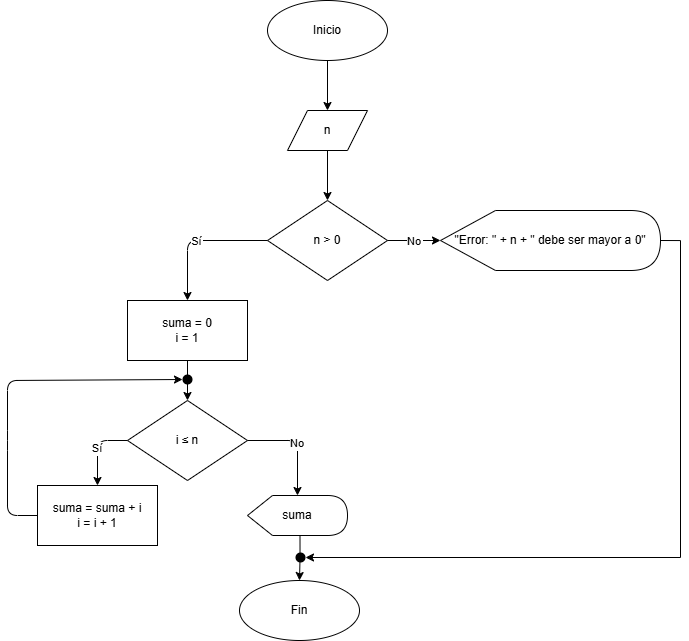
The draw.io diagram chapter4/dfd/dfd4.5.7_6.png in UPclopezpAalgorithmsBook/solutions, before a commit. Source tidied: cells renumbered, new cells last; positions are measured from the earlier drawing's top-left corner, leaving out a move shared by most shapes.
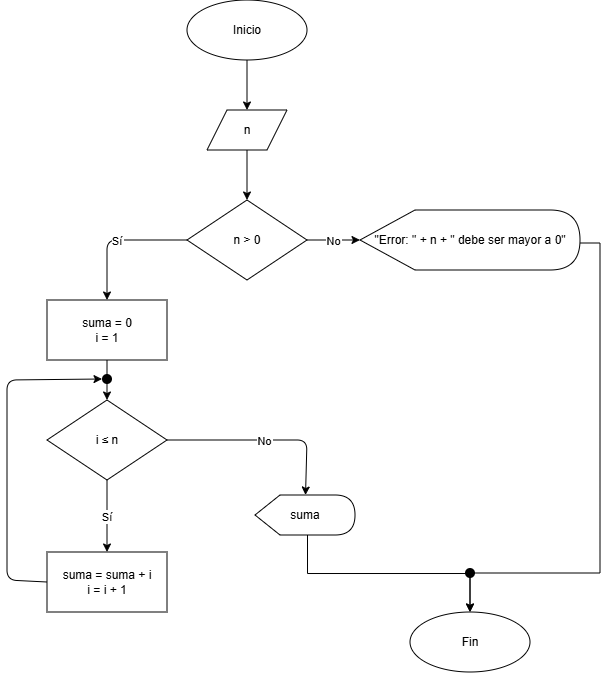
Later version of the same file.

Diff of the diagram source:
```diff
@@ -2,78 +2,186 @@
   <root>
     <mxCell id="0" />
     <mxCell id="1" parent="0" />
-    <mxCell id="2" parent="1" edge="1">
-      <mxGeometry relative="1" as="geometry">
-        <mxPoint x="260" y="420" as="targetPoint" />
-        <Array as="points">
-          <mxPoint x="200" y="530" />
-          <mxPoint x="200" y="420" />
-        </Array>
-      </mxGeometry>
-    </mxCell>
-    <mxCell id="3" style="endArrow=classic;html=1;exitX=0;exitY=0.5;exitDx=0;exitDy=0;entryX=0;entryY=0.5;entryDx=0;entryDy=0;" parent="1" edge="1">
-      <mxGeometry relative="1" as="geometry">
-        <mxPoint x="260" y="240" as="targetPoint" />
-        <Array as="points">
-          <mxPoint x="200" y="480" />
-          <mxPoint x="200" y="240" />
-        </Array>
-      </mxGeometry>
-    </mxCell>
-    <mxCell id="4" parent="1" edge="1">
-      <mxGeometry relative="1" as="geometry">
-        <mxPoint x="260" y="420" as="targetPoint" />
-        <Array as="points">
-          <mxPoint x="200" y="530" />
-          <mxPoint x="200" y="420" />
-        </Array>
-      </mxGeometry>
-    </mxCell>
-    <mxCell id="5" style="endArrow=classic;html=1;exitX=0;exitY=0.5;exitDx=0;exitDy=0;entryX=0;entryY=0.5;entryDx=0;entryDy=0;" parent="1" edge="1">
-      <mxGeometry relative="1" as="geometry">
-        <mxPoint x="260" y="240" as="targetPoint" />
-        <Array as="points">
-          <mxPoint x="200" y="480" />
-          <mxPoint x="200" y="240" />
-        </Array>
-      </mxGeometry>
-    </mxCell>
-    <mxCell id="6" parent="1" edge="1">
-      <mxGeometry relative="1" as="geometry">
-        <mxPoint x="260" y="420" as="targetPoint" />
-        <Array as="points">
-          <mxPoint x="200" y="530" />
-          <mxPoint x="200" y="420" />
-        </Array>
-      </mxGeometry>
-    </mxCell>
-    <mxCell id="7" style="endArrow=classic;html=1;exitX=0;exitY=0.5;exitDx=0;exitDy=0;entryX=0;entryY=0.5;entryDx=0;entryDy=0;" parent="1" edge="1">
-      <mxGeometry relative="1" as="geometry">
-        <mxPoint x="260" y="240" as="targetPoint" />
-        <Array as="points">
-          <mxPoint x="200" y="480" />
-          <mxPoint x="200" y="240" />
-        </Array>
-      </mxGeometry>
-    </mxCell>
-    <mxCell id="8" parent="1" edge="1">
-      <mxGeometry relative="1" as="geometry">
-        <mxPoint x="260" y="420" as="targetPoint" />
-        <Array as="points">
-          <mxPoint x="200" y="530" />
-          <mxPoint x="200" y="420" />
-        </Array>
-      </mxGeometry>
-    </mxCell>
-    <mxCell id="9" style="endArrow=classic;html=1;exitX=0;exitY=0.5;exitDx=0;exitDy=0;entryX=0;entryY=0.5;entryDx=0;entryDy=0;" parent="1" edge="1">
-      <mxGeometry relative="1" as="geometry">
-        <mxPoint x="260" y="240" as="targetPoint" />
-        <Array as="points">
-          <mxPoint x="200" y="480" />
-          <mxPoint x="200" y="240" />
-        </Array>
-      </mxGeometry>
-    </mxCell>
+    <mxCell id="31" parent="1" edge="1">
+      <mxGeometry relative="1" as="geometry">
+        <mxPoint x="260" y="420" as="targetPoint" />
+        <Array as="points">
+          <mxPoint x="200" y="530" />
+          <mxPoint x="200" y="420" />
+        </Array>
+      </mxGeometry>
+    </mxCell>
+    <mxCell id="32" style="endArrow=classic;html=1;exitX=0;exitY=0.5;exitDx=0;exitDy=0;entryX=0;entryY=0.5;entryDx=0;entryDy=0;" parent="1" edge="1">
+      <mxGeometry relative="1" as="geometry">
+        <mxPoint x="260" y="240" as="targetPoint" />
+        <Array as="points">
+          <mxPoint x="200" y="480" />
+          <mxPoint x="200" y="240" />
+        </Array>
+      </mxGeometry>
+    </mxCell>
+    <mxCell id="33" parent="1" edge="1">
+      <mxGeometry relative="1" as="geometry">
+        <mxPoint x="260" y="420" as="targetPoint" />
+        <Array as="points">
+          <mxPoint x="200" y="530" />
+          <mxPoint x="200" y="420" />
+        </Array>
+      </mxGeometry>
+    </mxCell>
+    <mxCell id="34" style="endArrow=classic;html=1;exitX=0;exitY=0.5;exitDx=0;exitDy=0;entryX=0;entryY=0.5;entryDx=0;entryDy=0;" parent="1" edge="1">
+      <mxGeometry relative="1" as="geometry">
+        <mxPoint x="260" y="240" as="targetPoint" />
+        <Array as="points">
+          <mxPoint x="200" y="480" />
+          <mxPoint x="200" y="240" />
+        </Array>
+      </mxGeometry>
+    </mxCell>
+    <mxCell id="35" parent="1" edge="1">
+      <mxGeometry relative="1" as="geometry">
+        <mxPoint x="260" y="420" as="targetPoint" />
+        <Array as="points">
+          <mxPoint x="200" y="530" />
+          <mxPoint x="200" y="420" />
+        </Array>
+      </mxGeometry>
+    </mxCell>
+    <mxCell id="36" style="endArrow=classic;html=1;exitX=0;exitY=0.5;exitDx=0;exitDy=0;entryX=0;entryY=0.5;entryDx=0;entryDy=0;" parent="1" edge="1">
+      <mxGeometry relative="1" as="geometry">
+        <mxPoint x="260" y="240" as="targetPoint" />
+        <Array as="points">
+          <mxPoint x="200" y="480" />
+          <mxPoint x="200" y="240" />
+        </Array>
+      </mxGeometry>
+    </mxCell>
+    <mxCell id="37" parent="1" edge="1">
+      <mxGeometry relative="1" as="geometry">
+        <mxPoint x="260" y="420" as="targetPoint" />
+        <Array as="points">
+          <mxPoint x="200" y="530" />
+          <mxPoint x="200" y="420" />
+        </Array>
+      </mxGeometry>
+    </mxCell>
+    <mxCell id="38" style="endArrow=classic;html=1;exitX=0;exitY=0.5;exitDx=0;exitDy=0;entryX=0;entryY=0.5;entryDx=0;entryDy=0;" parent="1" edge="1">
+      <mxGeometry relative="1" as="geometry">
+        <mxPoint x="260" y="240" as="targetPoint" />
+        <Array as="points">
+          <mxPoint x="200" y="480" />
+          <mxPoint x="200" y="240" />
+        </Array>
+      </mxGeometry>
+    </mxCell>
+    <mxCell id="39" parent="1" edge="1">
+      <mxGeometry relative="1" as="geometry">
+        <mxPoint x="260" y="420" as="targetPoint" />
+        <Array as="points">
+          <mxPoint x="200" y="530" />
+          <mxPoint x="200" y="420" />
+        </Array>
+      </mxGeometry>
+    </mxCell>
+    <mxCell id="40" style="endArrow=classic;html=1;exitX=0;exitY=0.5;exitDx=0;exitDy=0;entryX=0;entryY=0.5;entryDx=0;entryDy=0;" parent="1" edge="1">
+      <mxGeometry relative="1" as="geometry">
+        <mxPoint x="260" y="240" as="targetPoint" />
+        <Array as="points">
+          <mxPoint x="200" y="480" />
+          <mxPoint x="200" y="240" />
+        </Array>
+      </mxGeometry>
+    </mxCell>
+    <mxCell id="41" parent="1" edge="1">
+      <mxGeometry relative="1" as="geometry">
+        <mxPoint x="260" y="420" as="targetPoint" />
+        <Array as="points">
+          <mxPoint x="200" y="530" />
+          <mxPoint x="200" y="420" />
+        </Array>
+      </mxGeometry>
+    </mxCell>
+    <mxCell id="42" style="endArrow=classic;html=1;exitX=0;exitY=0.5;exitDx=0;exitDy=0;entryX=0;entryY=0.5;entryDx=0;entryDy=0;" parent="1" edge="1">
+      <mxGeometry relative="1" as="geometry">
+        <mxPoint x="260" y="240" as="targetPoint" />
+        <Array as="points">
+          <mxPoint x="200" y="480" />
+          <mxPoint x="200" y="240" />
+        </Array>
+      </mxGeometry>
+    </mxCell>
+    <mxCell id="43" parent="1" edge="1">
+      <mxGeometry relative="1" as="geometry">
+        <mxPoint x="260" y="420" as="targetPoint" />
+        <Array as="points">
+          <mxPoint x="200" y="530" />
+          <mxPoint x="200" y="420" />
+        </Array>
+      </mxGeometry>
+    </mxCell>
+    <mxCell id="44" style="endArrow=classic;html=1;exitX=0;exitY=0.5;exitDx=0;exitDy=0;entryX=0;entryY=0.5;entryDx=0;entryDy=0;" parent="1" edge="1">
+      <mxGeometry relative="1" as="geometry">
+        <mxPoint x="260" y="240" as="targetPoint" />
+        <Array as="points">
+          <mxPoint x="200" y="480" />
+          <mxPoint x="200" y="240" />
+        </Array>
+      </mxGeometry>
+    </mxCell>
+    <mxCell id="45" parent="1" edge="1">
+      <mxGeometry relative="1" as="geometry">
+        <mxPoint x="260" y="420" as="targetPoint" />
+        <Array as="points">
+          <mxPoint x="200" y="530" />
+          <mxPoint x="200" y="420" />
+        </Array>
+      </mxGeometry>
+    </mxCell>
+    <mxCell id="46" style="endArrow=classic;html=1;exitX=0;exitY=0.5;exitDx=0;exitDy=0;entryX=0;entryY=0.5;entryDx=0;entryDy=0;" parent="1" edge="1">
+      <mxGeometry relative="1" as="geometry">
+        <mxPoint x="260" y="240" as="targetPoint" />
+        <Array as="points">
+          <mxPoint x="200" y="480" />
+          <mxPoint x="200" y="240" />
+        </Array>
+      </mxGeometry>
+    </mxCell>
+    <mxCell id="47" parent="1" edge="1">
+      <mxGeometry relative="1" as="geometry">
+        <mxPoint x="260" y="420" as="targetPoint" />
+        <Array as="points">
+          <mxPoint x="200" y="530" />
+          <mxPoint x="200" y="420" />
+        </Array>
+      </mxGeometry>
+    </mxCell>
+    <mxCell id="48" style="endArrow=classic;html=1;exitX=0;exitY=0.5;exitDx=0;exitDy=0;entryX=0;entryY=0.5;entryDx=0;entryDy=0;" parent="1" edge="1">
+      <mxGeometry relative="1" as="geometry">
+        <mxPoint x="260" y="240" as="targetPoint" />
+        <Array as="points">
+          <mxPoint x="200" y="480" />
+          <mxPoint x="200" y="240" />
+        </Array>
+      </mxGeometry>
+    </mxCell>
+    <mxCell id="49" parent="1" edge="1">
+      <mxGeometry relative="1" as="geometry">
+        <mxPoint x="260" y="420" as="targetPoint" />
+        <Array as="points">
+          <mxPoint x="200" y="530" />
+          <mxPoint x="200" y="420" />
+        </Array>
+      </mxGeometry>
+    </mxCell>
+    <mxCell id="50" style="endArrow=classic;html=1;exitX=0;exitY=0.5;exitDx=0;exitDy=0;entryX=0;entryY=0.5;entryDx=0;entryDy=0;" parent="1" edge="1">
+      <mxGeometry relative="1" as="geometry">
+        <mxPoint x="260" y="240" as="targetPoint" />
+        <Array as="points">
+          <mxPoint x="200" y="480" />
+          <mxPoint x="200" y="240" />
+        </Array>
+      </mxGeometry>
+    </mxCell>
     <mxCell id="10" value="Inicio" style="ellipse;whiteSpace=wrap;html=1;" parent="1" vertex="1">
       <mxGeometry x="260" width="120" height="60" as="geometry" />
     </mxCell>
@@ -86,9 +194,16 @@
     <mxCell id="13" value="suma = 0&lt;br&gt;i = 1" style="rounded=0;whiteSpace=wrap;html=1;" parent="1" vertex="1">
       <mxGeometry x="120" y="300" width="120" height="60" as="geometry" />
     </mxCell>
-    <mxCell id="14" style="edgeStyle=orthogonalEdgeStyle;rounded=0;jettySize=auto;html=1;exitX=1;exitY=0.5;exitDx=0;exitDy=0;exitPerimeter=0;entryX=1;entryY=0.5;entryDx=0;entryDy=0;" parent="1" edge="1" source="15" target="30">
-      <mxGeometry relative="1" as="geometry" />
-    </mxCell>
+    <mxCell id="51" style="edgeStyle=orthogonalEdgeStyle;rounded=0;jettySize=auto;html=1;exitX=1;exitY=0.5;exitDx=0;exitDy=0;exitPerimeter=0;entryX=0.5;entryY=0;entryDx=0;entryDy=0;" parent="1" edge="1" target="20">
+      <mxGeometry relative="1" as="geometry">
+        <mxPoint x="653" y="243" as="sourcePoint" />
+        <Array as="points">
+          <mxPoint x="673" y="243" />
+          <mxPoint x="673" y="573" />
+          <mxPoint x="543" y="573" />
+        </Array>
+      </mxGeometry>
+    </mxCell>
     <mxCell id="15" value="&quot;Error: &quot; + n + &quot; debe ser mayor a 0&quot;" style="shape=display;whiteSpace=wrap;html=1;" parent="1" vertex="1">
       <mxGeometry x="433" y="210" width="220" height="60" as="geometry" />
     </mxCell>
@@ -96,16 +211,16 @@
       <mxGeometry x="120" y="400" width="120" height="80" as="geometry" />
     </mxCell>
     <mxCell id="17" value="suma = suma + i&lt;br&gt;i = i + 1" style="rounded=0;whiteSpace=wrap;html=1;" parent="1" vertex="1">
-      <mxGeometry x="30" y="485" width="120" height="60" as="geometry" />
+      <mxGeometry x="120" y="552" width="120" height="60" as="geometry" />
     </mxCell>
     <mxCell id="18" style="edgeStyle=orthogonalEdgeStyle;rounded=0;jettySize=auto;html=1;exitX=0;exitY=0;exitDx=52.5;exitDy=40;exitPerimeter=0;entryX=0.5;entryY=0;entryDx=0;entryDy=0;" parent="1" edge="1" source="19" target="20">
       <mxGeometry relative="1" as="geometry" />
     </mxCell>
     <mxCell id="19" value="suma" style="shape=display;whiteSpace=wrap;html=1;" parent="1" vertex="1">
-      <mxGeometry x="240" y="495" width="100" height="40" as="geometry" />
+      <mxGeometry x="328" y="495" width="100" height="40" as="geometry" />
     </mxCell>
     <mxCell id="20" value="Fin" style="ellipse;whiteSpace=wrap;html=1;" parent="1" vertex="1">
-      <mxGeometry x="232" y="580" width="120" height="60" as="geometry" />
+      <mxGeometry x="483" y="612" width="120" height="60" as="geometry" />
     </mxCell>
     <mxCell id="21" parent="1" edge="1" source="10" target="11">
       <mxGeometry relative="1" as="geometry" />
@@ -126,34 +241,30 @@
     <mxCell id="25" parent="1" edge="1" source="13" target="16">
       <mxGeometry relative="1" as="geometry" />
     </mxCell>
-    <mxCell id="26" value="Sí" style="exitX=0;exitY=0.5;exitDx=0;exitDy=0;" parent="1" edge="1" source="16" target="17">
-      <mxGeometry relative="1" as="geometry">
-        <Array as="points">
-          <mxPoint x="90" y="440" />
-        </Array>
-      </mxGeometry>
+    <mxCell id="26" value="Sí" style="exitX=0.5;exitY=1;exitDx=0;exitDy=0;" parent="1" edge="1" source="16" target="17">
+      <mxGeometry relative="1" as="geometry" />
     </mxCell>
     <mxCell id="27" value="No" style="exitX=1;exitY=0.5;exitDx=0;exitDy=0;" parent="1" edge="1" source="16" target="19">
       <mxGeometry relative="1" as="geometry">
         <Array as="points">
-          <mxPoint x="290" y="440" />
+          <mxPoint x="380" y="440" />
         </Array>
       </mxGeometry>
     </mxCell>
     <mxCell id="28" style="entryX=0;entryY=0.5;entryDx=0;entryDy=0;exitX=0;exitY=0.5;exitDx=0;exitDy=0;" parent="1" edge="1" source="17" target="29">
       <mxGeometry relative="1" as="geometry">
         <Array as="points">
-          <mxPoint y="515" />
-          <mxPoint y="440" />
-          <mxPoint y="380" />
+          <mxPoint x="80" y="580" />
+          <mxPoint x="80" y="460" />
+          <mxPoint x="80" y="380" />
         </Array>
       </mxGeometry>
     </mxCell>
     <mxCell id="29" style="ellipse;whiteSpace=wrap;html=1;strokeColor=none;fillColor=#000000;" parent="1" vertex="1">
       <mxGeometry x="175" y="374" width="10" height="10" as="geometry" />
     </mxCell>
-    <mxCell id="30" style="ellipse;whiteSpace=wrap;html=1;strokeColor=none;fillColor=#000000;" parent="1" vertex="1">
-      <mxGeometry x="288" y="552" width="10" height="10" as="geometry" />
-    </mxCell>
+    <mxCell id="52" style="ellipse;whiteSpace=wrap;html=1;strokeColor=none;fillColor=#000000;" parent="1" vertex="1">
+      <mxGeometry x="538" y="568" width="10" height="10" as="geometry" />
+    </mxCell>
   </root>
 </mxGraphModel>
```
